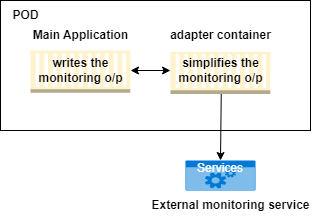
This is adapter-container-final.drawio.png from webaayu/docker, a draw.io export, as it was before one commit. Source tidied: cells renumbered, new cells last; positions are measured from the earlier drawing's top-left corner, leaving out a move shared by most shapes.
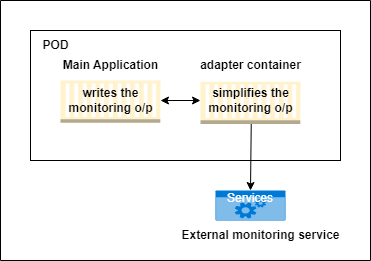
After the commit.

What changed in the source:
```diff
@@ -41,5 +41,8 @@
         <mxPoint x="170" y="70" as="targetPoint" />
       </mxGeometry>
     </mxCell>
+    <mxCell id="14" style="swimlane;startSize=0;" parent="1" vertex="1">
+      <mxGeometry x="-30" y="-30" width="370" height="260" as="geometry" />
+    </mxCell>
   </root>
 </mxGraphModel>
```
